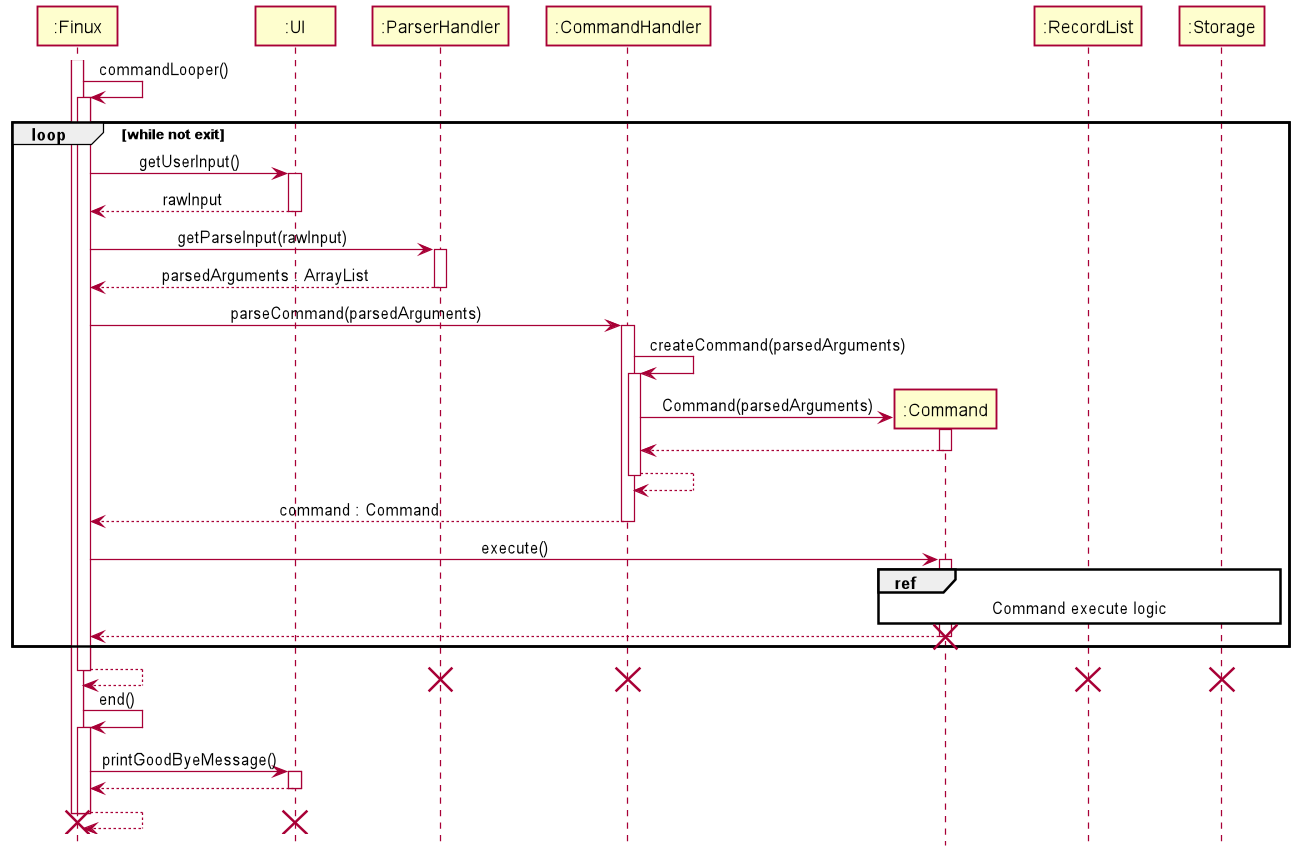
The PlantUML diagram docs/img/CommandLooperSequenceDiagram.png in nus-cs2113-AY2021S2/tp, before a commit. The source it was exported from:
```plantuml
@startuml
!include style.puml

Participant ":Finux" as Finux
Participant ":UI" as UI
Participant ":ParserHandler" as ParserHandler
Participant ":CommandHandler" as CommandHandler
Participant ":Command" as Command
Participant ":RecordList" as RecordList
Participant ":Storage" as Storage


activate Finux
Finux -> Finux : commandLooper()
activate Finux

loop while not exit
    Finux -> UI : getUserInput()
    activate UI
    UI --> Finux : rawInput
    deactivate UI


    Finux -> ParserHandler : getParseInput(rawInput)
    activate ParserHandler
    ParserHandler --> Finux : parsedArguments : ArrayList
    deactivate ParserHandler

    Finux -> CommandHandler : parseCommand(parsedArguments)
    activate CommandHandler
    CommandHandler -> CommandHandler :createCommand(parsedArguments)
    activate CommandHandler
    create Command
    CommandHandler -> Command : Command(parsedArguments)
    activate Command
    Command --> CommandHandler
    deactivate Command
    CommandHandler --> CommandHandler
    deactivate CommandHandler
    CommandHandler --> Finux : command : Command
    deactivate CommandHandler

    Finux -> Command : execute()
    activate Command
    ref over Command, RecordList, Storage : Command execute logic
    Command --> Finux
    deactivate Command
    destroy Command
end
Finux --> Finux
deactivate Finux

destroy ParserHandler
destroy CommandHandler
destroy RecordList
destroy Storage

Finux -> Finux : end()
activate Finux
Finux -> UI : printGoodByeMessage()
activate UI
UI --> Finux
deactivate UI
Finux --> Finux
deactivate Finux

destroy Finux
destroy UI
@enduml
```
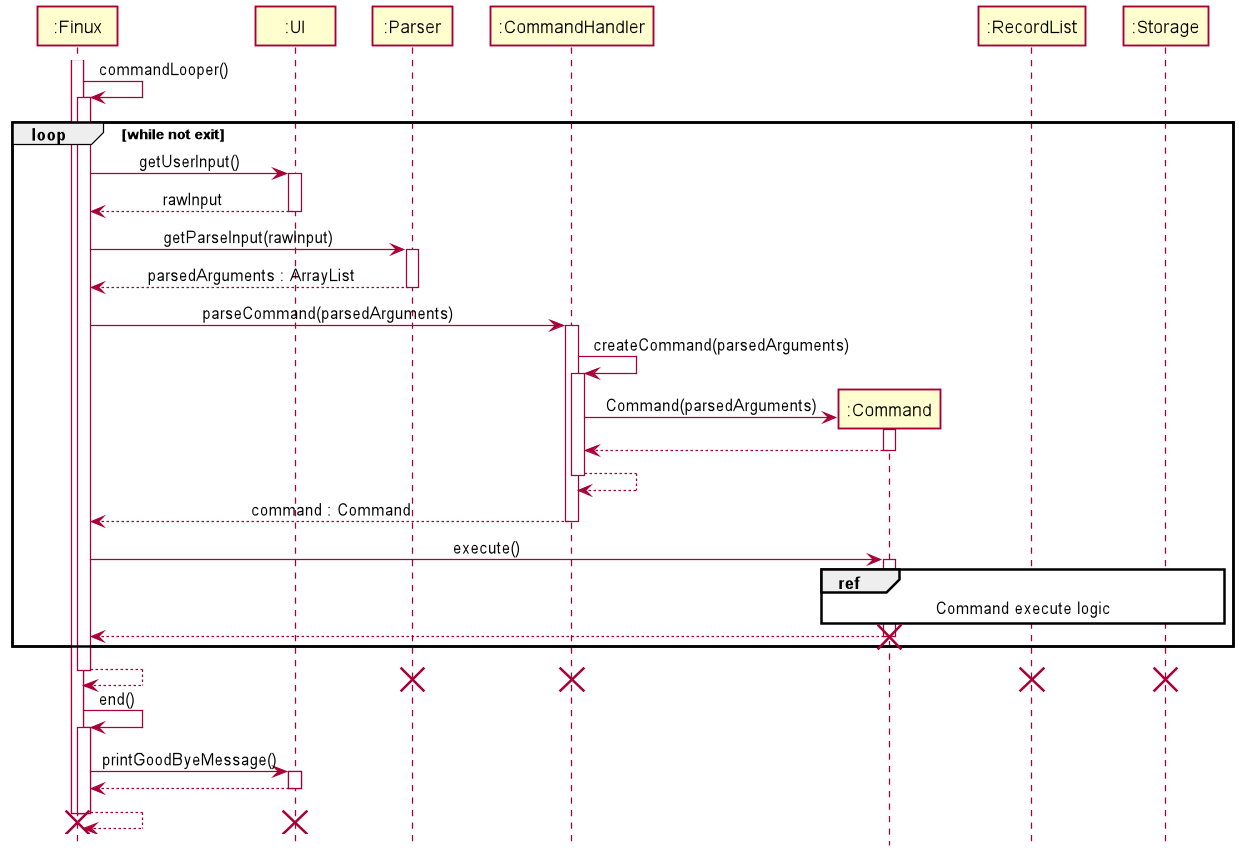
The same diagram one commit later.

Commit message:
Change component name back to Parser

Diff of the diagram source:
```diff
@@ -3,7 +3,7 @@
 
 Participant ":Finux" as Finux
 Participant ":UI" as UI
-Participant ":ParserHandler" as ParserHandler
+Participant ":Parser" as ParserHandler
 Participant ":CommandHandler" as CommandHandler
 Participant ":Command" as Command
 Participant ":RecordList" as RecordList
```
